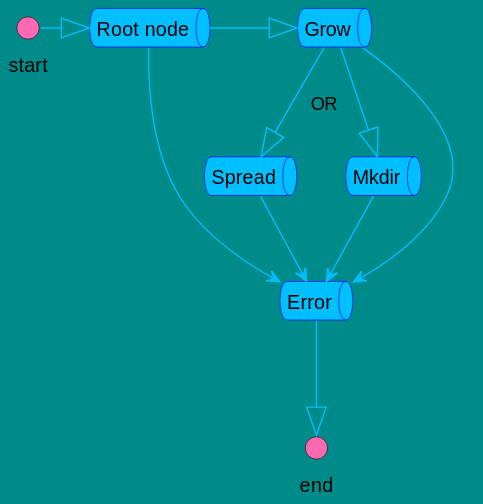
Earlier version of the PlantUML export process.svg (ddddddO/gtree).
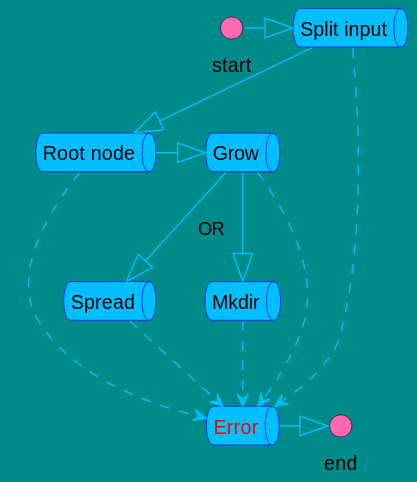
Later version of the same file.

Diff of the diagram source:
```diff
@@ -10,23 +10,26 @@
 }
 
 interface start
+queue "Split input" as split
 queue "Root node" as root
 queue Grow as growing
 queue Spread as spreading
 queue Mkdir as mkdiring
-queue Error as err
+queue Error as err #text:red
 interface end
 
-start -|> root
+start -|> split
+split --|> root
 root -|> growing
 growing --|> spreading: "  OR"
 growing --|> mkdiring
 
-root --> err
-growing --> err
-spreading --> err
-mkdiring --> err
+split ..> err
+root ..> err
+growing ..> err
+spreading ..> err
+mkdiring ..> err
 
-err --|> end
+err -|> end
 
 @enduml
```
